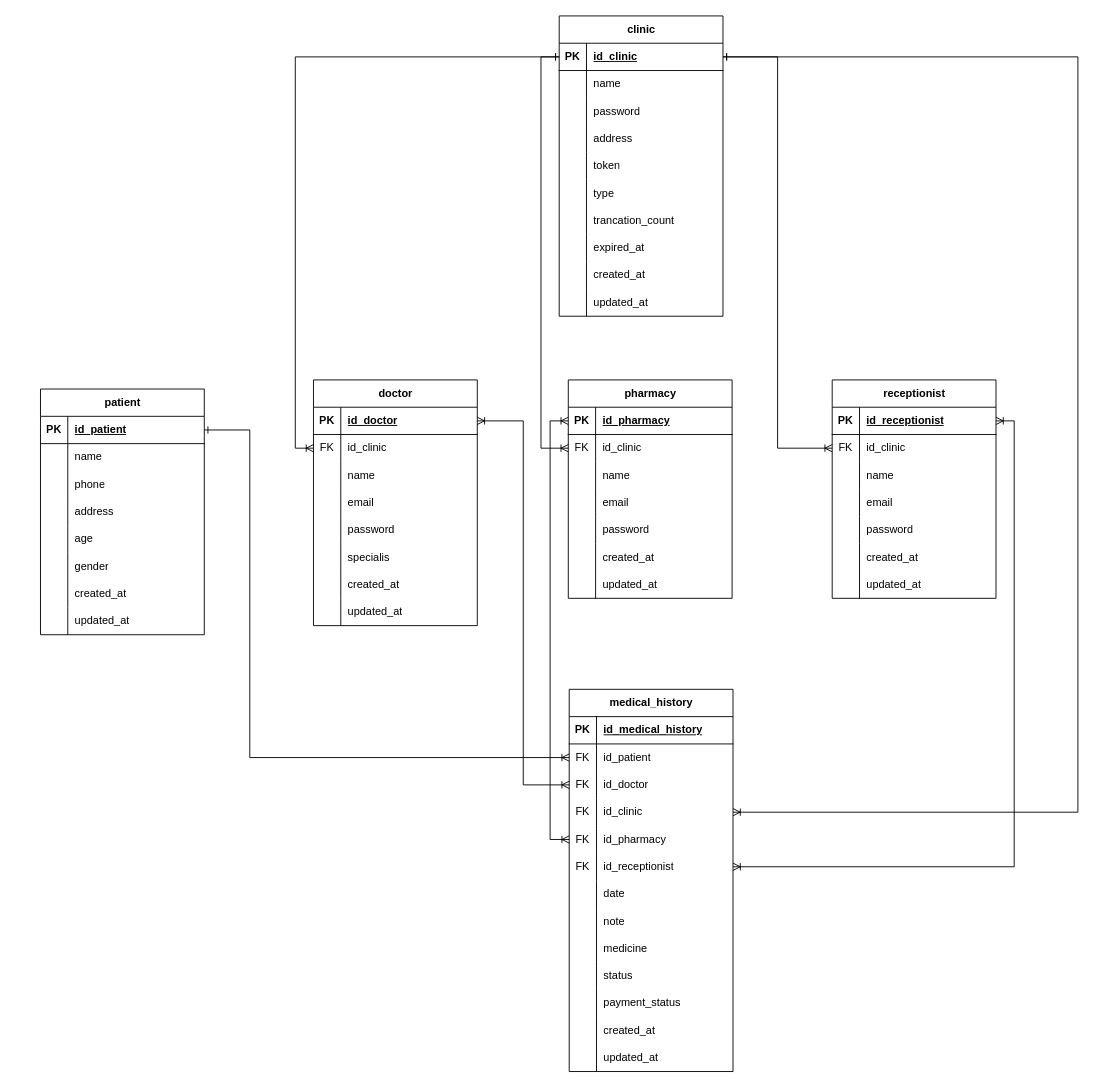
rrahmatn/dfd_erd_uml keeps this draw.io diagram as erd_klinik.drawio. Above is the earlier version. Source tidied: cells renumbered, new cells numbered last; positions are measured from the earlier drawing's top-left corner, leaving out a move shared by most shapes. Both pictures are drawn from the tidied source at 91%, with x=0, y=0 at pixel (40, 15).
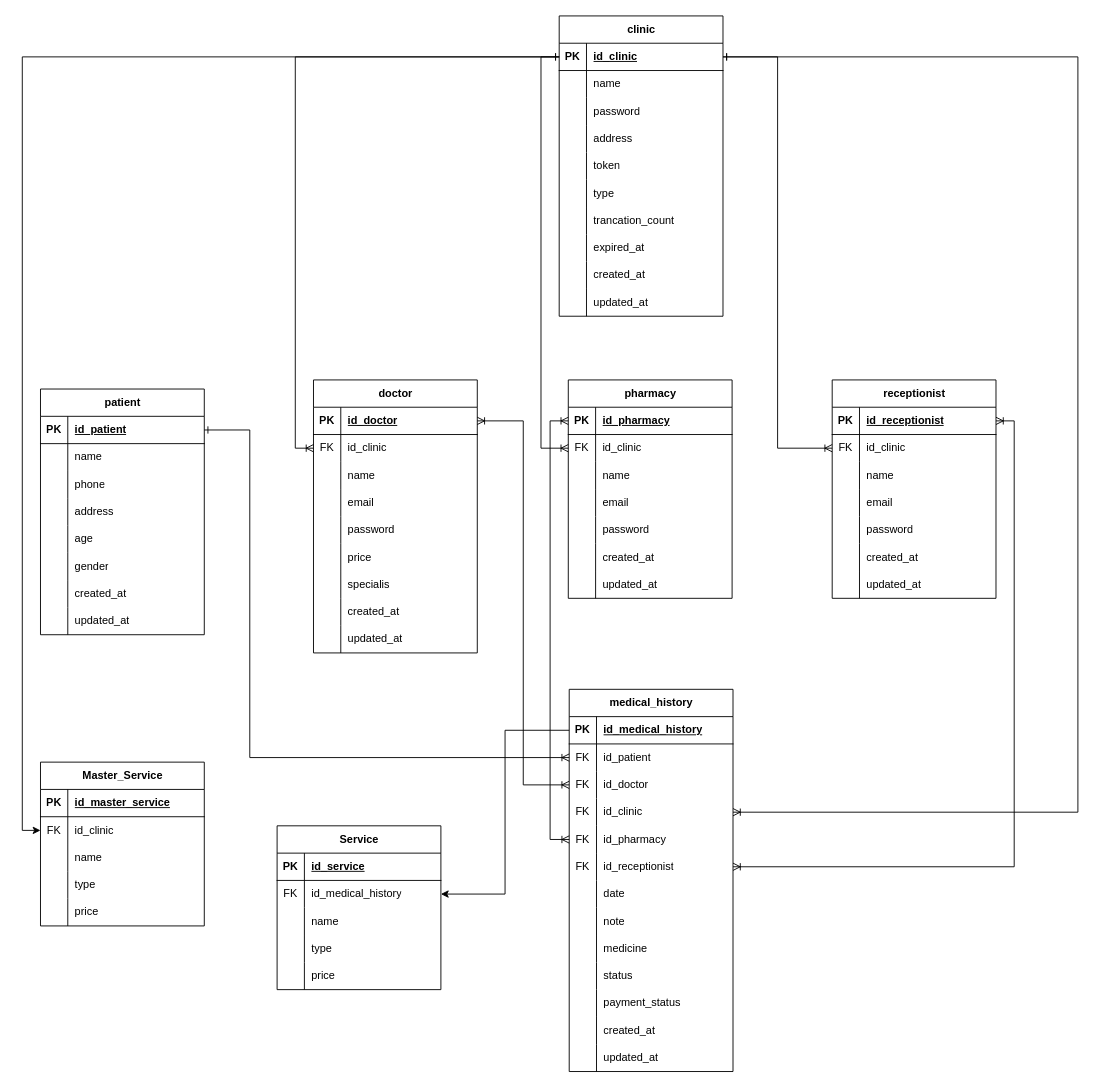
After the change.

Unchanged cells that the change refers to:
```xml
<mxCell id="3" style="shape=tableRow;horizontal=0;startSize=0;swimlaneHead=0;swimlaneBody=0;fillColor=none;points=[[0,0.5],[1,0.5]];portConstraint=eastwest;top=0;left=0;right=0;bottom=1;" parent="2" vertex="1">
  <mxGeometry y="30" width="180" height="30" as="geometry" />
</mxCell>
<mxCell id="84" style="shape=tableRow;horizontal=0;startSize=0;swimlaneHead=0;swimlaneBody=0;fillColor=none;points=[[0,0.5],[1,0.5]];portConstraint=eastwest;top=0;left=0;right=0;bottom=1;" parent="83" vertex="1">
  <mxGeometry y="30" width="180" height="30" as="geometry" />
</mxCell>
```

Change to the diagram source:
```diff
@@
     <mxCell id="33" value="doctor" style="shape=table;startSize=30;childLayout=tableLayout;rowLines=0;fontStyle=1;align=center;html=1;" parent="1" vertex="1">
-      <mxGeometry x="300" y="400" width="180" height="270" as="geometry" />
+      <mxGeometry x="300" y="400" width="180" height="300" as="geometry" />
     </mxCell>
@@
+    <mxCell id="175" style="shape=tableRow;horizontal=0;startSize=0;swimlaneHead=0;swimlaneBody=0;fillColor=none;top=0;left=0;right=0;bottom=0;" parent="33" vertex="1">
+      <mxGeometry y="180" width="180" height="30" as="geometry" />
+    </mxCell>
+    <mxCell id="176" style="shape=partialRectangle;fillColor=none;top=0;left=0;bottom=0;right=0;overflow=hidden;whiteSpace=wrap;html=1;" parent="175" vertex="1">
+      <mxGeometry width="30" height="30" as="geometry" />
+    </mxCell>
+    <mxCell id="177" value="price" style="shape=partialRectangle;fillColor=none;top=0;left=0;bottom=0;right=0;align=left;spacingLeft=6;overflow=hidden;whiteSpace=wrap;html=1;" parent="175" vertex="1">
+      <mxGeometry x="30" width="150" height="30" as="geometry" />
+    </mxCell>
     <mxCell id="49" style="shape=tableRow;horizontal=0;startSize=0;swimlaneHead=0;swimlaneBody=0;fillColor=none;top=0;left=0;right=0;bottom=0;" parent="33" vertex="1">
-      <mxGeometry y="180" width="180" height="30" as="geometry" />
+      <mxGeometry y="210" width="180" height="30" as="geometry" />
     </mxCell>
@@
     <mxCell id="52" style="shape=tableRow;horizontal=0;startSize=0;swimlaneHead=0;swimlaneBody=0;fillColor=none;top=0;left=0;right=0;bottom=0;" parent="33" vertex="1">
-      <mxGeometry y="210" width="180" height="30" as="geometry" />
+      <mxGeometry y="240" width="180" height="30" as="geometry" />
     </mxCell>
@@
     <mxCell id="55" style="shape=tableRow;horizontal=0;startSize=0;swimlaneHead=0;swimlaneBody=0;fillColor=none;top=0;left=0;right=0;bottom=0;" parent="33" vertex="1">
-      <mxGeometry y="240" width="180" height="30" as="geometry" />
+      <mxGeometry y="270" width="180" height="30" as="geometry" />
     </mxCell>
@@
+    <mxCell id="178" value="Master_Service" style="shape=table;startSize=30;childLayout=tableLayout;rowLines=0;fontStyle=1;align=center;html=1;" parent="1" vertex="1">
+      <mxGeometry y="820" width="180" height="180" as="geometry" />
+    </mxCell>
+    <mxCell id="179" style="shape=tableRow;horizontal=0;startSize=0;swimlaneHead=0;swimlaneBody=0;fillColor=none;top=0;left=0;right=0;bottom=1;" parent="178" vertex="1">
+      <mxGeometry y="30" width="180" height="30" as="geometry" />
+    </mxCell>
+    <mxCell id="180" value="PK" style="shape=partialRectangle;fillColor=none;top=0;left=0;bottom=0;right=0;fontStyle=1;overflow=hidden;whiteSpace=wrap;html=1;" parent="179" vertex="1">
+      <mxGeometry width="30" height="30" as="geometry" />
+    </mxCell>
+    <mxCell id="181" value="id_master_service" style="shape=partialRectangle;fillColor=none;top=0;left=0;bottom=0;right=0;align=left;spacingLeft=6;fontStyle=5;overflow=hidden;whiteSpace=wrap;html=1;" parent="179" vertex="1">
+      <mxGeometry x="30" width="150" height="30" as="geometry" />
+    </mxCell>
+    <mxCell id="182" style="shape=tableRow;horizontal=0;startSize=0;swimlaneHead=0;swimlaneBody=0;fillColor=none;points=[[0,0.5],[1,0.5]];portConstraint=eastwest;top=0;left=0;right=0;bottom=0;" parent="178" vertex="1">
+      <mxGeometry y="60" width="180" height="30" as="geometry" />
+    </mxCell>
+    <mxCell id="183" value="FK" style="shape=partialRectangle;fillColor=none;top=0;left=0;bottom=0;right=0;overflow=hidden;whiteSpace=wrap;html=1;" parent="182" vertex="1">
+      <mxGeometry width="30" height="30" as="geometry" />
+    </mxCell>
+    <mxCell id="184" value="id_clinic" style="shape=partialRectangle;fillColor=none;top=0;left=0;bottom=0;right=0;align=left;spacingLeft=6;overflow=hidden;whiteSpace=wrap;html=1;" parent="182" vertex="1">
+      <mxGeometry x="30" width="150" height="30" as="geometry" />
+    </mxCell>
+    <mxCell id="185" style="shape=tableRow;horizontal=0;startSize=0;swimlaneHead=0;swimlaneBody=0;fillColor=none;top=0;left=0;right=0;bottom=0;" parent="178" vertex="1">
+      <mxGeometry y="90" width="180" height="30" as="geometry" />
+    </mxCell>
+    <mxCell id="186" style="shape=partialRectangle;fillColor=none;top=0;left=0;bottom=0;right=0;overflow=hidden;whiteSpace=wrap;html=1;" parent="185" vertex="1">
+      <mxGeometry width="30" height="30" as="geometry" />
+    </mxCell>
+    <mxCell id="187" value="name" style="shape=partialRectangle;fillColor=none;top=0;left=0;bottom=0;right=0;align=left;spacingLeft=6;overflow=hidden;whiteSpace=wrap;html=1;" parent="185" vertex="1">
+      <mxGeometry x="30" width="150" height="30" as="geometry" />
+    </mxCell>
+    <mxCell id="188" style="shape=tableRow;horizontal=0;startSize=0;swimlaneHead=0;swimlaneBody=0;fillColor=none;top=0;left=0;right=0;bottom=0;" parent="178" vertex="1">
+      <mxGeometry y="120" width="180" height="30" as="geometry" />
+    </mxCell>
+    <mxCell id="189" style="shape=partialRectangle;fillColor=none;top=0;left=0;bottom=0;right=0;overflow=hidden;whiteSpace=wrap;html=1;" parent="188" vertex="1">
+      <mxGeometry width="30" height="30" as="geometry" />
+    </mxCell>
+    <mxCell id="190" value="type" style="shape=partialRectangle;fillColor=none;top=0;left=0;bottom=0;right=0;align=left;spacingLeft=6;overflow=hidden;whiteSpace=wrap;html=1;" parent="188" vertex="1">
+      <mxGeometry x="30" width="150" height="30" as="geometry" />
+    </mxCell>
+    <mxCell id="191" style="shape=tableRow;horizontal=0;startSize=0;swimlaneHead=0;swimlaneBody=0;fillColor=none;top=0;left=0;right=0;bottom=0;" parent="178" vertex="1">
+      <mxGeometry y="150" width="180" height="30" as="geometry" />
+    </mxCell>
+    <mxCell id="192" style="shape=partialRectangle;fillColor=none;top=0;left=0;bottom=0;right=0;overflow=hidden;whiteSpace=wrap;html=1;" parent="191" vertex="1">
+      <mxGeometry width="30" height="30" as="geometry" />
+    </mxCell>
+    <mxCell id="193" value="price" style="shape=partialRectangle;fillColor=none;top=0;left=0;bottom=0;right=0;align=left;spacingLeft=6;overflow=hidden;whiteSpace=wrap;html=1;" parent="191" vertex="1">
+      <mxGeometry x="30" width="150" height="30" as="geometry" />
+    </mxCell>
+    <mxCell id="194" value="Service" style="shape=table;startSize=30;childLayout=tableLayout;rowLines=0;fontStyle=1;align=center;html=1;" parent="1" vertex="1">
+      <mxGeometry x="260" y="890" width="180" height="180" as="geometry" />
+    </mxCell>
+    <mxCell id="195" style="shape=tableRow;horizontal=0;startSize=0;swimlaneHead=0;swimlaneBody=0;fillColor=none;top=0;left=0;right=0;bottom=1;" parent="194" vertex="1">
+      <mxGeometry y="30" width="180" height="30" as="geometry" />
+    </mxCell>
+    <mxCell id="196" value="PK" style="shape=partialRectangle;fillColor=none;top=0;left=0;bottom=0;right=0;fontStyle=1;overflow=hidden;whiteSpace=wrap;html=1;" parent="195" vertex="1">
+      <mxGeometry width="30" height="30" as="geometry" />
+    </mxCell>
+    <mxCell id="197" value="id_service" style="shape=partialRectangle;fillColor=none;top=0;left=0;bottom=0;right=0;align=left;spacingLeft=6;fontStyle=5;overflow=hidden;whiteSpace=wrap;html=1;" parent="195" vertex="1">
+      <mxGeometry x="30" width="150" height="30" as="geometry" />
+    </mxCell>
+    <mxCell id="198" style="shape=tableRow;horizontal=0;startSize=0;swimlaneHead=0;swimlaneBody=0;fillColor=none;points=[[0,0.5],[1,0.5]];portConstraint=eastwest;top=0;left=0;right=0;bottom=0;" parent="194" vertex="1">
+      <mxGeometry y="60" width="180" height="30" as="geometry" />
+    </mxCell>
+    <mxCell id="199" value="FK" style="shape=partialRectangle;fillColor=none;top=0;left=0;bottom=0;right=0;overflow=hidden;whiteSpace=wrap;html=1;" parent="198" vertex="1">
+      <mxGeometry width="30" height="30" as="geometry" />
+    </mxCell>
+    <mxCell id="200" value="id_medical_history" style="shape=partialRectangle;fillColor=none;top=0;left=0;bottom=0;right=0;align=left;spacingLeft=6;overflow=hidden;whiteSpace=wrap;html=1;" parent="198" vertex="1">
+      <mxGeometry x="30" width="150" height="30" as="geometry" />
+    </mxCell>
+    <mxCell id="201" style="shape=tableRow;horizontal=0;startSize=0;swimlaneHead=0;swimlaneBody=0;fillColor=none;top=0;left=0;right=0;bottom=0;" parent="194" vertex="1">
+      <mxGeometry y="90" width="180" height="30" as="geometry" />
+    </mxCell>
+    <mxCell id="202" style="shape=partialRectangle;fillColor=none;top=0;left=0;bottom=0;right=0;overflow=hidden;whiteSpace=wrap;html=1;" parent="201" vertex="1">
+      <mxGeometry width="30" height="30" as="geometry" />
+    </mxCell>
+    <mxCell id="203" value="name" style="shape=partialRectangle;fillColor=none;top=0;left=0;bottom=0;right=0;align=left;spacingLeft=6;overflow=hidden;whiteSpace=wrap;html=1;" parent="201" vertex="1">
+      <mxGeometry x="30" width="150" height="30" as="geometry" />
+    </mxCell>
+    <mxCell id="204" style="shape=tableRow;horizontal=0;startSize=0;swimlaneHead=0;swimlaneBody=0;fillColor=none;top=0;left=0;right=0;bottom=0;" parent="194" vertex="1">
+      <mxGeometry y="120" width="180" height="30" as="geometry" />
+    </mxCell>
+    <mxCell id="205" style="shape=partialRectangle;fillColor=none;top=0;left=0;bottom=0;right=0;overflow=hidden;whiteSpace=wrap;html=1;" parent="204" vertex="1">
+      <mxGeometry width="30" height="30" as="geometry" />
+    </mxCell>
+    <mxCell id="206" value="type" style="shape=partialRectangle;fillColor=none;top=0;left=0;bottom=0;right=0;align=left;spacingLeft=6;overflow=hidden;whiteSpace=wrap;html=1;" parent="204" vertex="1">
+      <mxGeometry x="30" width="150" height="30" as="geometry" />
+    </mxCell>
+    <mxCell id="207" style="shape=tableRow;horizontal=0;startSize=0;swimlaneHead=0;swimlaneBody=0;fillColor=none;top=0;left=0;right=0;bottom=0;" parent="194" vertex="1">
+      <mxGeometry y="150" width="180" height="30" as="geometry" />
+    </mxCell>
+    <mxCell id="208" style="shape=partialRectangle;fillColor=none;top=0;left=0;bottom=0;right=0;overflow=hidden;whiteSpace=wrap;html=1;" parent="207" vertex="1">
+      <mxGeometry width="30" height="30" as="geometry" />
+    </mxCell>
+    <mxCell id="209" value="price" style="shape=partialRectangle;fillColor=none;top=0;left=0;bottom=0;right=0;align=left;spacingLeft=6;overflow=hidden;whiteSpace=wrap;html=1;" parent="207" vertex="1">
+      <mxGeometry x="30" width="150" height="30" as="geometry" />
+    </mxCell>
+    <mxCell id="210" style="edgeStyle=orthogonalEdgeStyle;rounded=0;jettySize=auto;html=1;exitX=0;exitY=0.5;exitDx=0;exitDy=0;entryX=0;entryY=0.5;entryDx=0;entryDy=0;" parent="1" edge="1" source="3" target="182">
+      <mxGeometry relative="1" as="geometry" />
+    </mxCell>
+    <mxCell id="211" style="edgeStyle=orthogonalEdgeStyle;rounded=0;jettySize=auto;html=1;exitX=0;exitY=0.5;exitDx=0;exitDy=0;entryX=1;entryY=0.5;entryDx=0;entryDy=0;" parent="1" edge="1" source="84" target="198">
+      <mxGeometry relative="1" as="geometry" />
+    </mxCell>
```
